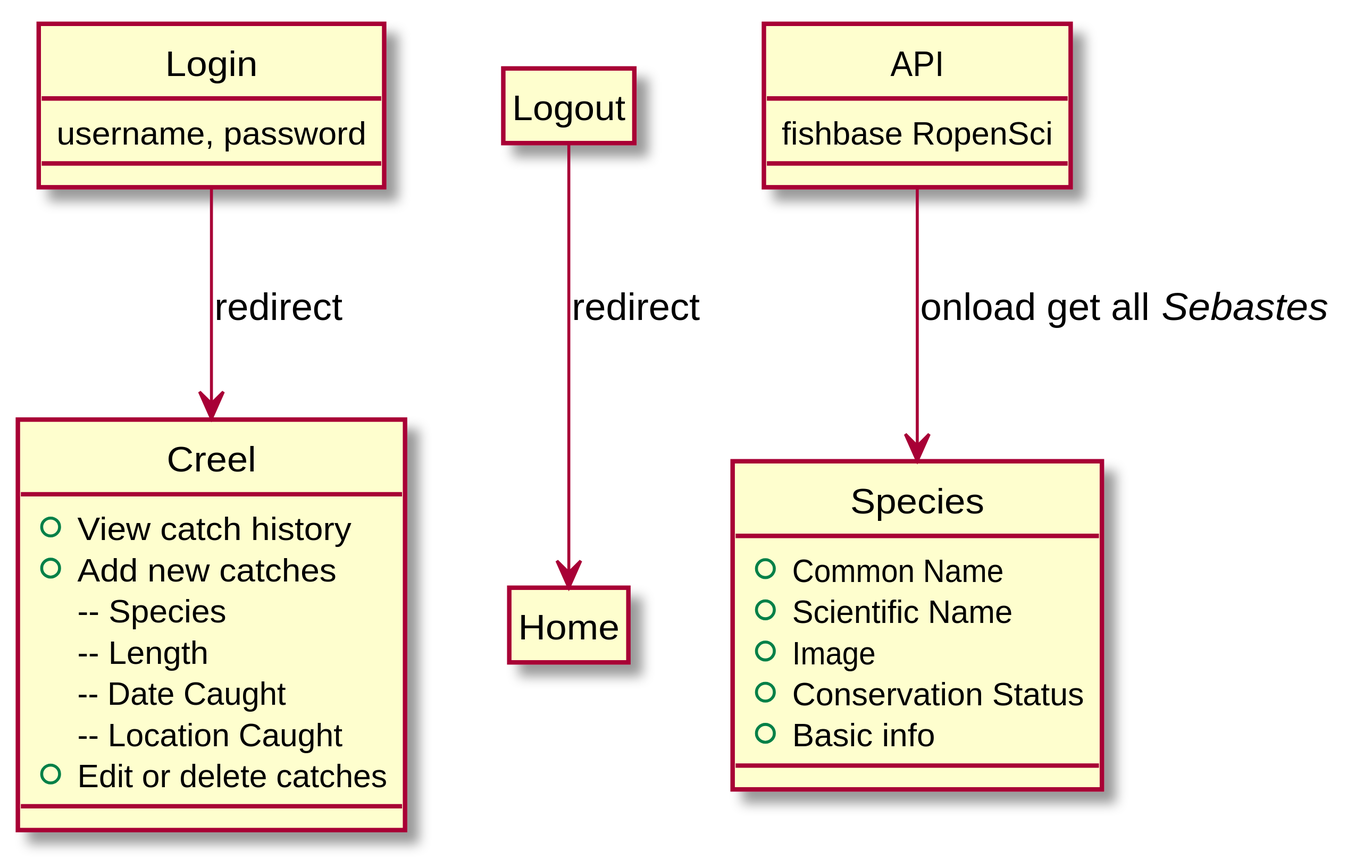
Before: out/client/dataFlow/dataFlow.svg, a diagram exported from PlantUML (cftgithub/rockfish-conservation).
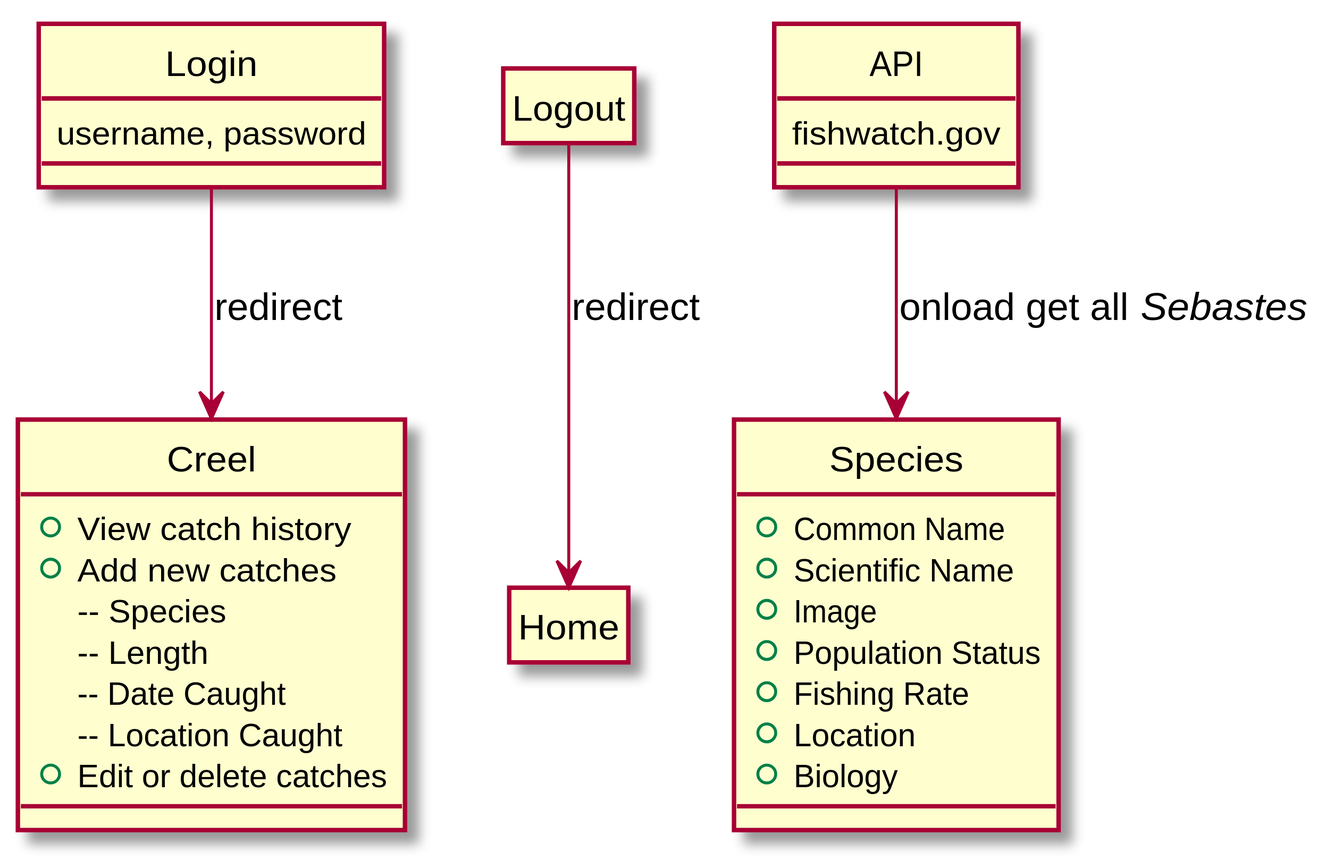
Above is the later version.

Change to the diagram source:
```diff
@@ -24,15 +24,17 @@
 class Home{}
 
 class API {
-    fishbase RopenSci
+    fishwatch.gov
 }
 
 class Species {
     + Common Name
     + Scientific Name
     + Image
-    + Conservation Status
-    + Basic info
+    + Population Status
+    + Fishing Rate
+    + Location
+    + Biology
 }
 
 hide circle
```
